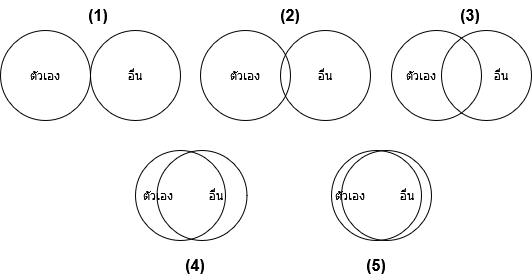
CecileRichetta/survey_offline_Thailand keeps this draw.io diagram as _static/imgs/venn_thailand.png. Above is the earlier version. Source tidied: cells renumbered, new cells last; positions are measured from the earlier drawing's top-left corner, leaving out a move shared by most shapes.
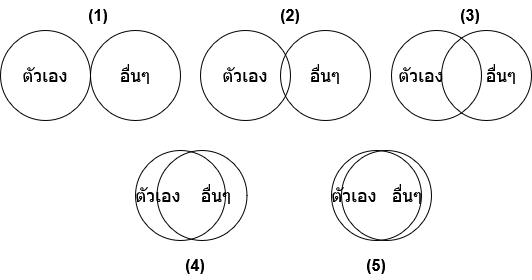
After the commit.

The edit, as a diff of the source:
```diff
@@ -32,36 +32,36 @@
     <mxCell id="11" style="ellipse;whiteSpace=wrap;html=1;fillColor=none;strokeColor=light-dark(#000000,#000000);" parent="1" vertex="1">
       <mxGeometry x="341" y="150" width="90" height="90" as="geometry" />
     </mxCell>
-    <mxCell id="12" value="&lt;span style=&quot;color: light-dark(rgb(0, 0, 0), rgb(0, 0, 0));&quot;&gt;ตัวเอง&lt;/span&gt;" style="text;html=1;whiteSpace=wrap;strokeColor=none;fillColor=none;align=center;verticalAlign=middle;rounded=0;" parent="1" vertex="1">
-      <mxGeometry x="15" y="60" width="60" height="30" as="geometry" />
-    </mxCell>
-    <mxCell id="13" value="&lt;span style=&quot;color: light-dark(rgb(0, 0, 0), rgb(0, 0, 0));&quot;&gt;ตัวเอง&lt;/span&gt;" style="text;html=1;whiteSpace=wrap;strokeColor=none;fillColor=none;align=center;verticalAlign=middle;rounded=0;" parent="1" vertex="1">
-      <mxGeometry x="215" y="60" width="60" height="30" as="geometry" />
-    </mxCell>
-    <mxCell id="14" value="&lt;span style=&quot;color: light-dark(rgb(0, 0, 0), rgb(0, 0, 0));&quot;&gt;ตัวเอง&lt;/span&gt;" style="text;html=1;whiteSpace=wrap;strokeColor=none;fillColor=none;align=center;verticalAlign=middle;rounded=0;" parent="1" vertex="1">
-      <mxGeometry x="391" y="60" width="60" height="30" as="geometry" />
-    </mxCell>
-    <mxCell id="15" value="&lt;span style=&quot;color: light-dark(rgb(0, 0, 0), rgb(0, 0, 0));&quot;&gt;ตัวเอง&lt;/span&gt;" style="text;html=1;whiteSpace=wrap;strokeColor=none;fillColor=none;align=center;verticalAlign=middle;rounded=0;" parent="1" vertex="1">
-      <mxGeometry x="128" y="180" width="60" height="30" as="geometry" />
-    </mxCell>
-    <mxCell id="16" value="&lt;span style=&quot;color: light-dark(rgb(0, 0, 0), rgb(0, 0, 0));&quot;&gt;ตัวเอง&lt;/span&gt;" style="text;html=1;whiteSpace=wrap;strokeColor=none;fillColor=none;align=center;verticalAlign=middle;rounded=0;" parent="1" vertex="1">
-      <mxGeometry x="320" y="180" width="60" height="30" as="geometry" />
-    </mxCell>
-    <mxCell id="17" value="&lt;span style=&quot;color: light-dark(rgb(0, 0, 0), rgb(0, 0, 0));&quot;&gt;อื่น&lt;/span&gt;" style="text;html=1;whiteSpace=wrap;strokeColor=none;fillColor=none;align=center;verticalAlign=middle;rounded=0;" parent="1" vertex="1">
-      <mxGeometry x="105" y="60" width="60" height="30" as="geometry" />
-    </mxCell>
-    <mxCell id="18" value="&lt;span style=&quot;color: light-dark(rgb(0, 0, 0), rgb(0, 0, 0));&quot;&gt;อื่น&lt;/span&gt;" style="text;html=1;whiteSpace=wrap;strokeColor=none;fillColor=none;align=center;verticalAlign=middle;rounded=0;" parent="1" vertex="1">
-      <mxGeometry x="295" y="60" width="60" height="30" as="geometry" />
-    </mxCell>
-    <mxCell id="19" value="&lt;span style=&quot;color: light-dark(rgb(0, 0, 0), rgb(0, 0, 0));&quot;&gt;อื่น&lt;/span&gt;" style="text;html=1;whiteSpace=wrap;strokeColor=none;fillColor=none;align=center;verticalAlign=middle;rounded=0;" parent="1" vertex="1">
-      <mxGeometry x="471" y="60" width="60" height="30" as="geometry" />
-    </mxCell>
-    <mxCell id="20" value="&lt;span style=&quot;color: light-dark(rgb(0, 0, 0), rgb(0, 0, 0));&quot;&gt;อื่น&lt;/span&gt;" style="text;html=1;whiteSpace=wrap;strokeColor=none;fillColor=none;align=center;verticalAlign=middle;rounded=0;" parent="1" vertex="1">
-      <mxGeometry x="186" y="180" width="60" height="30" as="geometry" />
-    </mxCell>
-    <mxCell id="21" value="&lt;span style=&quot;color: light-dark(rgb(0, 0, 0), rgb(0, 0, 0));&quot;&gt;อื่น&lt;/span&gt;" style="text;html=1;whiteSpace=wrap;strokeColor=none;fillColor=none;align=center;verticalAlign=middle;rounded=0;" parent="1" vertex="1">
-      <mxGeometry x="377" y="180" width="60" height="30" as="geometry" />
-    </mxCell>
+    <mxCell id="27" value="&lt;font style=&quot;font-size: 18px;&quot;&gt;&lt;span style=&quot;color: light-dark(rgb(0, 0, 0), rgb(0, 0, 0));&quot;&gt;ตัวเอง&lt;/span&gt;&lt;/font&gt;" style="text;html=1;whiteSpace=wrap;strokeColor=none;fillColor=none;align=center;verticalAlign=middle;rounded=0;" parent="1" vertex="1">
+      <mxGeometry x="15" y="60" width="60" height="30" as="geometry" />
+    </mxCell>
+    <mxCell id="28" value="&lt;font style=&quot;font-size: 18px;&quot;&gt;&lt;span style=&quot;color: light-dark(rgb(0, 0, 0), rgb(0, 0, 0));&quot;&gt;ตัวเอง&lt;/span&gt;&lt;/font&gt;" style="text;html=1;whiteSpace=wrap;strokeColor=none;fillColor=none;align=center;verticalAlign=middle;rounded=0;" parent="1" vertex="1">
+      <mxGeometry x="215" y="60" width="60" height="30" as="geometry" />
+    </mxCell>
+    <mxCell id="29" value="&lt;font style=&quot;font-size: 18px;&quot;&gt;&lt;span style=&quot;color: light-dark(rgb(0, 0, 0), rgb(0, 0, 0));&quot;&gt;ตัวเอง&lt;/span&gt;&lt;/font&gt;" style="text;html=1;whiteSpace=wrap;strokeColor=none;fillColor=none;align=center;verticalAlign=middle;rounded=0;" parent="1" vertex="1">
+      <mxGeometry x="391" y="60" width="60" height="30" as="geometry" />
+    </mxCell>
+    <mxCell id="30" value="&lt;font style=&quot;font-size: 18px;&quot;&gt;&lt;span style=&quot;color: light-dark(rgb(0, 0, 0), rgb(0, 0, 0));&quot;&gt;ตัวเอง&lt;/span&gt;&lt;/font&gt;" style="text;html=1;whiteSpace=wrap;strokeColor=none;fillColor=none;align=center;verticalAlign=middle;rounded=0;" parent="1" vertex="1">
+      <mxGeometry x="128" y="180" width="60" height="30" as="geometry" />
+    </mxCell>
+    <mxCell id="31" value="&lt;font style=&quot;font-size: 18px;&quot;&gt;&lt;span style=&quot;color: light-dark(rgb(0, 0, 0), rgb(0, 0, 0));&quot;&gt;ตัวเอง&lt;/span&gt;&lt;/font&gt;" style="text;html=1;whiteSpace=wrap;strokeColor=none;fillColor=none;align=center;verticalAlign=middle;rounded=0;" parent="1" vertex="1">
+      <mxGeometry x="324" y="180" width="60" height="30" as="geometry" />
+    </mxCell>
+    <mxCell id="32" value="&lt;font style=&quot;font-size: 18px;&quot;&gt;&lt;span style=&quot;color: light-dark(rgb(0, 0, 0), rgb(0, 0, 0));&quot;&gt;&lt;span lang=&quot;TH&quot; style=&quot;line-height: 115%; font-family: &amp;quot;Cordia New&amp;quot;, sans-serif;&quot;&gt;อื่นๆ&lt;/span&gt;&lt;/span&gt;&lt;/font&gt;" style="text;html=1;whiteSpace=wrap;strokeColor=none;fillColor=none;align=center;verticalAlign=middle;rounded=0;" parent="1" vertex="1">
+      <mxGeometry x="105" y="60" width="60" height="30" as="geometry" />
+    </mxCell>
+    <mxCell id="33" value="&lt;font style=&quot;font-size: 18px;&quot;&gt;&lt;span style=&quot;color: light-dark(rgb(0, 0, 0), rgb(0, 0, 0));&quot;&gt;&lt;span lang=&quot;TH&quot; style=&quot;line-height: 115%; font-family: &amp;quot;Cordia New&amp;quot;, sans-serif;&quot;&gt;อื่นๆ&lt;/span&gt;&lt;/span&gt;&lt;/font&gt;" style="text;html=1;whiteSpace=wrap;strokeColor=none;fillColor=none;align=center;verticalAlign=middle;rounded=0;" parent="1" vertex="1">
+      <mxGeometry x="295" y="60" width="60" height="30" as="geometry" />
+    </mxCell>
+    <mxCell id="34" value="&lt;font style=&quot;font-size: 18px;&quot;&gt;&lt;span style=&quot;color: light-dark(rgb(0, 0, 0), rgb(0, 0, 0));&quot;&gt;&lt;span lang=&quot;TH&quot; style=&quot;line-height: 115%; font-family: &amp;quot;Cordia New&amp;quot;, sans-serif;&quot;&gt;อื่นๆ&lt;/span&gt;&lt;/span&gt;&lt;/font&gt;" style="text;html=1;whiteSpace=wrap;strokeColor=none;fillColor=none;align=center;verticalAlign=middle;rounded=0;" parent="1" vertex="1">
+      <mxGeometry x="471" y="60" width="60" height="30" as="geometry" />
+    </mxCell>
+    <mxCell id="35" value="&lt;font style=&quot;font-size: 18px;&quot;&gt;&lt;span style=&quot;color: light-dark(rgb(0, 0, 0), rgb(0, 0, 0));&quot;&gt;&lt;span lang=&quot;TH&quot; style=&quot;line-height: 115%; font-family: &amp;quot;Cordia New&amp;quot;, sans-serif;&quot;&gt;อื่นๆ&lt;/span&gt;&lt;/span&gt;&lt;/font&gt;" style="text;html=1;whiteSpace=wrap;strokeColor=none;fillColor=none;align=center;verticalAlign=middle;rounded=0;" parent="1" vertex="1">
+      <mxGeometry x="186" y="180" width="60" height="30" as="geometry" />
+    </mxCell>
+    <mxCell id="36" value="&lt;font style=&quot;font-size: 18px;&quot;&gt;&lt;span style=&quot;color: light-dark(rgb(0, 0, 0), rgb(0, 0, 0));&quot;&gt;&lt;span lang=&quot;TH&quot; style=&quot;line-height: 115%; font-family: &amp;quot;Cordia New&amp;quot;, sans-serif;&quot;&gt;อื่นๆ&lt;/span&gt;&lt;/span&gt;&lt;/font&gt;" style="text;html=1;whiteSpace=wrap;strokeColor=none;fillColor=none;align=center;verticalAlign=middle;rounded=0;" parent="1" vertex="1">
+      <mxGeometry x="377" y="180" width="60" height="30" as="geometry" />
+    </mxCell>
     <mxCell id="22" value="&lt;b&gt;&lt;span style=&quot;color: light-dark(rgb(0, 0, 0), rgb(0, 0, 0));&quot;&gt;&lt;font style=&quot;font-size: 16px;&quot;&gt;(1)&lt;/font&gt;&lt;/span&gt;&lt;/b&gt;" style="text;html=1;whiteSpace=wrap;strokeColor=none;fillColor=none;align=center;verticalAlign=middle;rounded=0;" parent="1" vertex="1">
       <mxGeometry x="68" width="60" height="30" as="geometry" />
     </mxCell>
```
